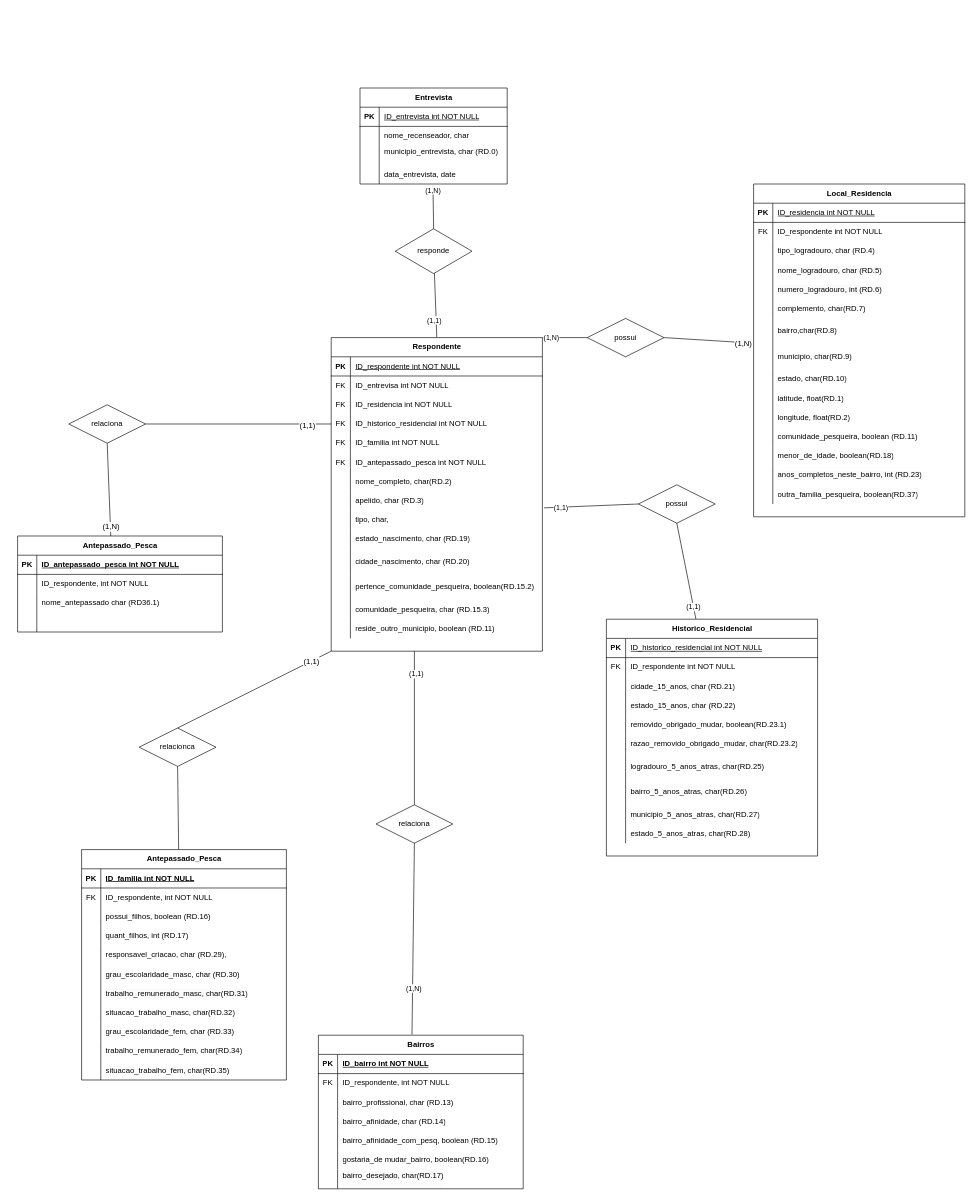
Earlier version of the draw.io diagram mer_1.drawio (larisard/mer). Source tidied: cells renumbered, new cells numbered last; positions are measured from the earlier drawing's top-left corner, leaving out a move shared by most shapes. Both pictures are drawn from the tidied source at 64%, with x=0, y=0 at pixel (17, 88).
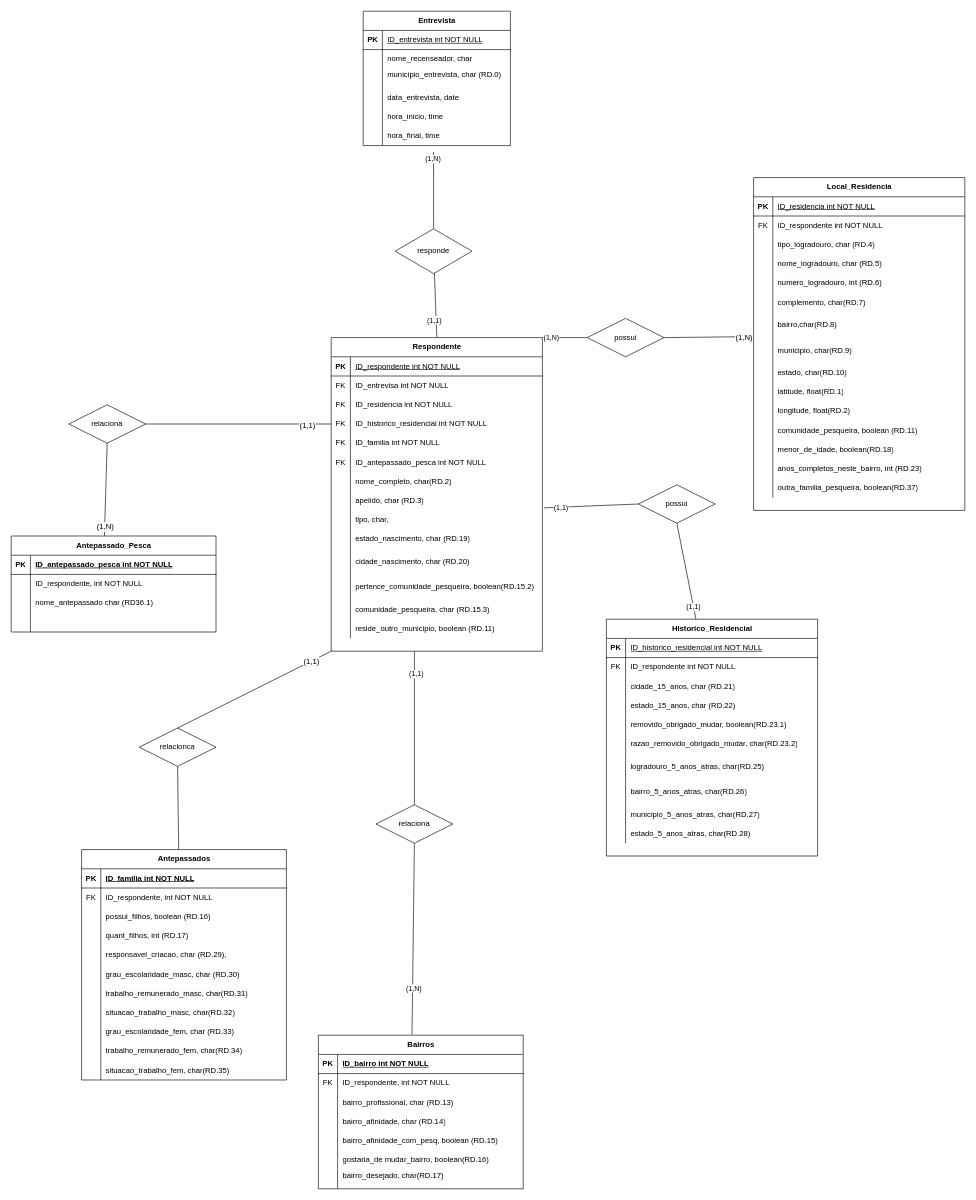
The same diagram, later.

Unchanged cells that the change refers to:
```xml
<mxCell id="2" value="responde" style="shape=rhombus;perimeter=rhombusPerimeter;whiteSpace=wrap;html=1;align=center;" parent="1" vertex="1">
  <mxGeometry x="590" y="220" width="120" height="70" as="geometry" />
</mxCell>
<mxCell id="41" style="shape=tableRow;horizontal=0;startSize=0;swimlaneHead=0;swimlaneBody=0;fillColor=none;points=[[0,0.5],[1,0.5]];portConstraint=eastwest;top=0;left=0;right=0;bottom=0;" parent="31" vertex="1">
  <mxGeometry y="120" width="230" height="30" as="geometry" />
</mxCell>
```

What changed in the source:
```diff
@@
-    <mxCell id="14" style="endArrow=none;html=1;rounded=0;entryX=0.5;entryY=0;entryDx=0;entryDy=0;exitX=0.496;exitY=1.1;exitDx=0;exitDy=0;exitPerimeter=0;" parent="1" edge="1" source="41" target="2">
+    <mxCell id="14" style="endArrow=none;html=1;rounded=0;entryX=0.5;entryY=0;entryDx=0;entryDy=0;exitX=0.478;exitY=1.333;exitDx=0;exitDy=0;exitPerimeter=0;" parent="1" edge="1" source="236" target="2">
       <mxGeometry relative="1" as="geometry" />
     </mxCell>
@@
     <mxCell id="31" value="Entrevista" style="shape=table;startSize=30;childLayout=tableLayout;rowLines=0;fontStyle=1;align=center;html=1;" parent="1" vertex="1">
-      <mxGeometry x="535" width="230" height="150" as="geometry" />
+      <mxGeometry x="540" y="-120" width="230" height="210" as="geometry" />
     </mxCell>
@@
+    <mxCell id="233" style="shape=tableRow;horizontal=0;startSize=0;swimlaneHead=0;swimlaneBody=0;fillColor=none;top=0;left=0;right=0;bottom=0;" parent="31" vertex="1">
+      <mxGeometry y="150" width="230" height="30" as="geometry" />
+    </mxCell>
+    <mxCell id="234" style="shape=partialRectangle;fillColor=none;top=0;left=0;bottom=0;right=0;overflow=hidden;whiteSpace=wrap;html=1;" parent="233" vertex="1">
+      <mxGeometry width="30" height="30" as="geometry" />
+    </mxCell>
+    <mxCell id="235" value="&lt;span style=&quot;text-wrap-mode: nowrap;&quot;&gt;hora_inicio, time&lt;/span&gt;" style="shape=partialRectangle;fillColor=none;top=0;left=0;bottom=0;right=0;align=left;spacingLeft=6;overflow=hidden;whiteSpace=wrap;html=1;" parent="233" vertex="1">
+      <mxGeometry x="30" width="200" height="30" as="geometry" />
+    </mxCell>
+    <mxCell id="236" style="shape=tableRow;horizontal=0;startSize=0;swimlaneHead=0;swimlaneBody=0;fillColor=none;points=[[0,0.5],[1,0.5]];portConstraint=eastwest;top=0;left=0;right=0;bottom=0;" parent="31" vertex="1">
+      <mxGeometry y="180" width="230" height="30" as="geometry" />
+    </mxCell>
+    <mxCell id="237" style="shape=partialRectangle;fillColor=none;top=0;left=0;bottom=0;right=0;overflow=hidden;whiteSpace=wrap;html=1;" parent="236" vertex="1">
+      <mxGeometry width="30" height="30" as="geometry" />
+    </mxCell>
+    <mxCell id="238" value="&lt;span style=&quot;text-wrap-mode: nowrap;&quot;&gt;hora_final, time&lt;/span&gt;" style="shape=partialRectangle;fillColor=none;top=0;left=0;bottom=0;right=0;align=left;spacingLeft=6;overflow=hidden;whiteSpace=wrap;html=1;" parent="236" vertex="1">
+      <mxGeometry x="30" width="200" height="30" as="geometry" />
+    </mxCell>
@@
     <mxCell id="87" value="Antepassado_Pesca" style="shape=table;startSize=30;childLayout=tableLayout;rowLines=0;fontStyle=1;align=center;html=1;" parent="1" vertex="1">
-      <mxGeometry y="700" width="320" height="150" as="geometry" />
+      <mxGeometry x="-10" y="700" width="320" height="150" as="geometry" />
     </mxCell>
@@
-    <mxCell id="100" value="Antepassado_Pesca" style="shape=table;startSize=30;childLayout=tableLayout;rowLines=0;fontStyle=1;align=center;html=1;" parent="1" vertex="1">
+    <mxCell id="100" value="Antepassados" style="shape=table;startSize=30;childLayout=tableLayout;rowLines=0;fontStyle=1;align=center;html=1;" parent="1" vertex="1">
       <mxGeometry x="100" y="1190" width="320" height="360" as="geometry" />
     </mxCell>
@@
     <mxCell id="187" value="Local_Residencia" style="shape=table;startSize=30;childLayout=tableLayout;rowLines=0;fontStyle=1;align=center;html=1;" parent="1" vertex="1">
-      <mxGeometry x="1150" y="150" width="330" height="520" as="geometry" />
+      <mxGeometry x="1150" y="140" width="330" height="520" as="geometry" />
     </mxCell>
```
